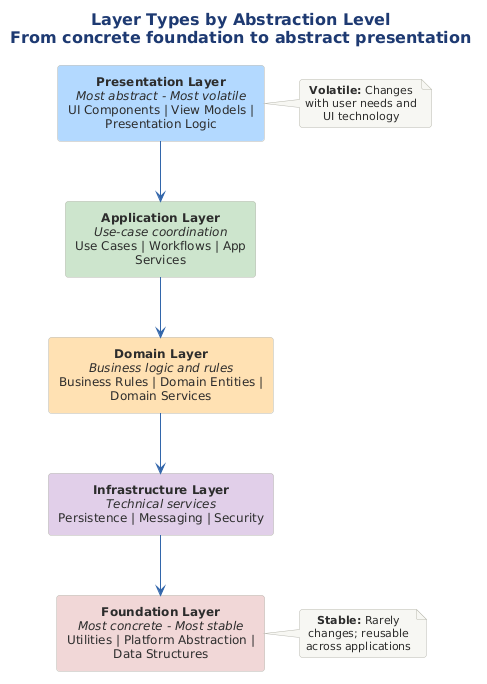
This is src/architecture/views-and-beyond/style-catalogs/module/layered-style/png/layer-types-abstraction-level-concrete.png from Notoriousjayy/latex-docs, a PlantUML export, as it was before one commit. Source of this version:
```plantuml
@startuml
skinparam rectangleRoundCorner 8
!include ../../../../../../tooling/styles/plantuml/structural/component-diagram-style.iuml

skinparam rectangleFontSize 12

title Layer Types by Abstraction Level\nFrom concrete foundation to abstract presentation

rectangle "**Presentation Layer**\n//Most abstract - Most volatile//\nUI Components | View Models | Presentation Logic" as PRES #B3D9FF

rectangle "**Application Layer**\n//Use-case coordination//\nUse Cases | Workflows | App Services" as APP #CCE5CC

rectangle "**Domain Layer**\n//Business logic and rules//\nBusiness Rules | Domain Entities | Domain Services" as DOM #FFE0B2

rectangle "**Infrastructure Layer**\n//Technical services//\nPersistence | Messaging | Security" as INFRA #E0CFE8

rectangle "**Foundation Layer**\n//Most concrete - Most stable//\nUtilities | Platform Abstraction | Data Structures" as FOUND #F0D6D6

PRES -[#3366AA]-> APP
APP -[#3366AA]-> DOM
DOM -[#3366AA]-> INFRA
INFRA -[#3366AA]-> FOUND

note right of PRES
  **Volatile:** Changes
  with user needs and
  UI technology
end note

note right of FOUND
  **Stable:** Rarely
  changes; reusable
  across applications
end note
@enduml
```
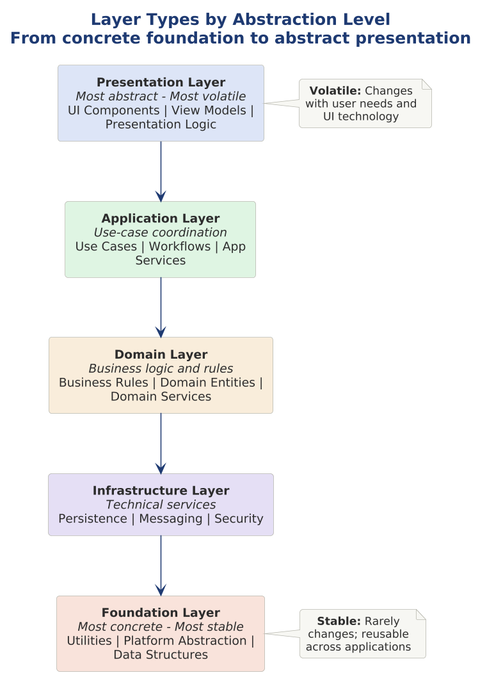
After the change.

Change to the diagram source:
```diff
@@ -1,25 +1,27 @@
 @startuml
-skinparam rectangleRoundCorner 8
+
+skinparam dpi 150
+
+
+
 !include ../../../../../../tooling/styles/plantuml/structural/component-diagram-style.iuml
-
-skinparam rectangleFontSize 12
 
 title Layer Types by Abstraction Level\nFrom concrete foundation to abstract presentation
 
-rectangle "**Presentation Layer**\n//Most abstract - Most volatile//\nUI Components | View Models | Presentation Logic" as PRES #B3D9FF
+rectangle "**Presentation Layer**\n//Most abstract - Most volatile//\nUI Components | View Models | Presentation Logic" as PRES $fill_primary
 
-rectangle "**Application Layer**\n//Use-case coordination//\nUse Cases | Workflows | App Services" as APP #CCE5CC
+rectangle "**Application Layer**\n//Use-case coordination//\nUse Cases | Workflows | App Services" as APP $fill_ok
 
-rectangle "**Domain Layer**\n//Business logic and rules//\nBusiness Rules | Domain Entities | Domain Services" as DOM #FFE0B2
+rectangle "**Domain Layer**\n//Business logic and rules//\nBusiness Rules | Domain Entities | Domain Services" as DOM $fill_caution
 
-rectangle "**Infrastructure Layer**\n//Technical services//\nPersistence | Messaging | Security" as INFRA #E0CFE8
+rectangle "**Infrastructure Layer**\n//Technical services//\nPersistence | Messaging | Security" as INFRA $fill_alt
 
-rectangle "**Foundation Layer**\n//Most concrete - Most stable//\nUtilities | Platform Abstraction | Data Structures" as FOUND #F0D6D6
+rectangle "**Foundation Layer**\n//Most concrete - Most stable//\nUtilities | Platform Abstraction | Data Structures" as FOUND $fill_invalid
 
-PRES -[#3366AA]-> APP
-APP -[#3366AA]-> DOM
-DOM -[#3366AA]-> INFRA
-INFRA -[#3366AA]-> FOUND
+PRES -[$line_primary]-> APP
+APP -[$line_primary]-> DOM
+DOM -[$line_primary]-> INFRA
+INFRA -[$line_primary]-> FOUND
 
 note right of PRES
   **Volatile:** Changes
```
